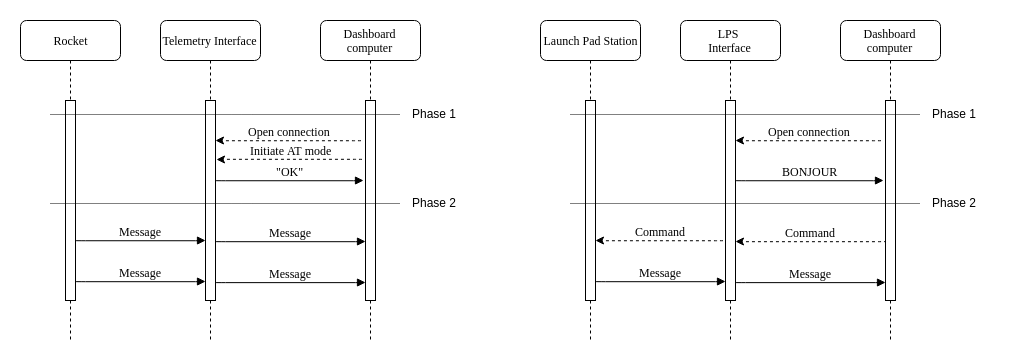
Earlier version of the draw.io export doc/diagrams/gateway.png (aesirkth/ground-control). Source tidied: cells renumbered, new cells last; positions are measured from the earlier drawing's top-left corner, leaving out a move shared by most shapes.
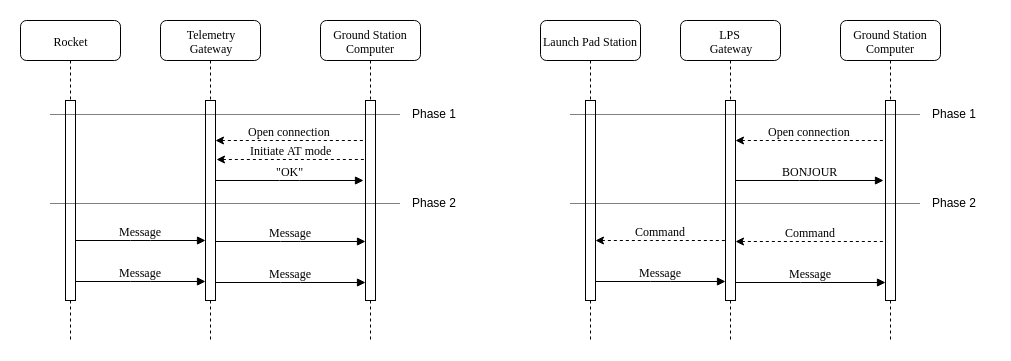
Above is the later version.

The edit, as a diff of the source:
```diff
@@ -2,13 +2,13 @@
   <root>
     <mxCell id="0" />
     <mxCell id="1" parent="0" />
-    <mxCell id="2" value="Telemetry Interface" style="shape=umlLifeline;perimeter=lifelinePerimeter;whiteSpace=wrap;html=1;rounded=1;shadow=0;comic=0;labelBackgroundColor=none;strokeColor=#000000;strokeWidth=1;fillColor=#FFFFFF;fontFamily=Verdana;fontSize=12;fontColor=#000000;align=center;" parent="1" vertex="1">
+    <mxCell id="2" value="Telemetry&lt;br&gt;Gateway" style="shape=umlLifeline;perimeter=lifelinePerimeter;whiteSpace=wrap;html=1;rounded=1;shadow=0;comic=0;labelBackgroundColor=none;strokeColor=#000000;strokeWidth=1;fillColor=#FFFFFF;fontFamily=Verdana;fontSize=12;fontColor=#000000;align=center;" parent="1" vertex="1">
       <mxGeometry x="140" width="100" height="320" as="geometry" />
     </mxCell>
     <mxCell id="3" style="html=1;perimeter=orthogonalPerimeter;rounded=0;shadow=0;comic=0;labelBackgroundColor=none;strokeColor=#000000;strokeWidth=1;fillColor=#FFFFFF;fontFamily=Verdana;fontSize=12;fontColor=#000000;align=center;" parent="2" vertex="1">
       <mxGeometry x="45" y="80" width="10" height="200" as="geometry" />
     </mxCell>
-    <mxCell id="4" value="Dashboard computer" style="shape=umlLifeline;perimeter=lifelinePerimeter;whiteSpace=wrap;html=1;rounded=1;shadow=0;comic=0;labelBackgroundColor=none;strokeColor=#000000;strokeWidth=1;fillColor=#FFFFFF;fontFamily=Verdana;fontSize=12;fontColor=#000000;align=center;" parent="1" vertex="1">
+    <mxCell id="4" value="Ground Station&lt;br&gt;Computer" style="shape=umlLifeline;perimeter=lifelinePerimeter;whiteSpace=wrap;html=1;rounded=1;shadow=0;comic=0;labelBackgroundColor=none;strokeColor=#000000;strokeWidth=1;fillColor=#FFFFFF;fontFamily=Verdana;fontSize=12;fontColor=#000000;align=center;" parent="1" vertex="1">
       <mxGeometry x="300" width="100" height="320" as="geometry" />
     </mxCell>
     <mxCell id="5" style="html=1;perimeter=orthogonalPerimeter;rounded=0;shadow=0;comic=0;labelBackgroundColor=none;strokeColor=#000000;strokeWidth=1;fillColor=#FFFFFF;fontFamily=Verdana;fontSize=12;fontColor=#000000;align=center;" parent="4" vertex="1">
@@ -68,13 +68,13 @@
     <mxCell id="17" value="Phase 2" style="text;html=1;align=left;verticalAlign=top;spacingTop=-4;" parent="1" vertex="1">
       <mxGeometry x="390" y="173" width="60" height="20" as="geometry" />
     </mxCell>
-    <mxCell id="18" value="&lt;div&gt;LPS &lt;br&gt;&lt;/div&gt;&lt;div&gt;Interface&lt;/div&gt;" style="shape=umlLifeline;perimeter=lifelinePerimeter;whiteSpace=wrap;html=1;rounded=1;shadow=0;comic=0;labelBackgroundColor=none;strokeColor=#000000;strokeWidth=1;fillColor=#FFFFFF;fontFamily=Verdana;fontSize=12;fontColor=#000000;align=center;" parent="1" vertex="1">
+    <mxCell id="18" value="&lt;div&gt;LPS &lt;br&gt;&lt;/div&gt;&lt;div&gt;Gateway&lt;/div&gt;" style="shape=umlLifeline;perimeter=lifelinePerimeter;whiteSpace=wrap;html=1;rounded=1;shadow=0;comic=0;labelBackgroundColor=none;strokeColor=#000000;strokeWidth=1;fillColor=#FFFFFF;fontFamily=Verdana;fontSize=12;fontColor=#000000;align=center;" parent="1" vertex="1">
       <mxGeometry x="660" width="100" height="320" as="geometry" />
     </mxCell>
     <mxCell id="19" style="html=1;perimeter=orthogonalPerimeter;rounded=0;shadow=0;comic=0;labelBackgroundColor=none;strokeColor=#000000;strokeWidth=1;fillColor=#FFFFFF;fontFamily=Verdana;fontSize=12;fontColor=#000000;align=center;" parent="18" vertex="1">
       <mxGeometry x="45" y="80" width="10" height="200" as="geometry" />
     </mxCell>
-    <mxCell id="20" value="Dashboard computer" style="shape=umlLifeline;perimeter=lifelinePerimeter;whiteSpace=wrap;html=1;rounded=1;shadow=0;comic=0;labelBackgroundColor=none;strokeColor=#000000;strokeWidth=1;fillColor=#FFFFFF;fontFamily=Verdana;fontSize=12;fontColor=#000000;align=center;" parent="1" vertex="1">
+    <mxCell id="20" value="Ground Station&lt;br&gt;Computer" style="shape=umlLifeline;perimeter=lifelinePerimeter;whiteSpace=wrap;html=1;rounded=1;shadow=0;comic=0;labelBackgroundColor=none;strokeColor=#000000;strokeWidth=1;fillColor=#FFFFFF;fontFamily=Verdana;fontSize=12;fontColor=#000000;align=center;" parent="1" vertex="1">
       <mxGeometry x="820" width="100" height="320" as="geometry" />
     </mxCell>
     <mxCell id="21" style="html=1;perimeter=orthogonalPerimeter;rounded=0;shadow=0;comic=0;labelBackgroundColor=none;strokeColor=#000000;strokeWidth=1;fillColor=#FFFFFF;fontFamily=Verdana;fontSize=12;fontColor=#000000;align=center;" parent="20" vertex="1">
```
